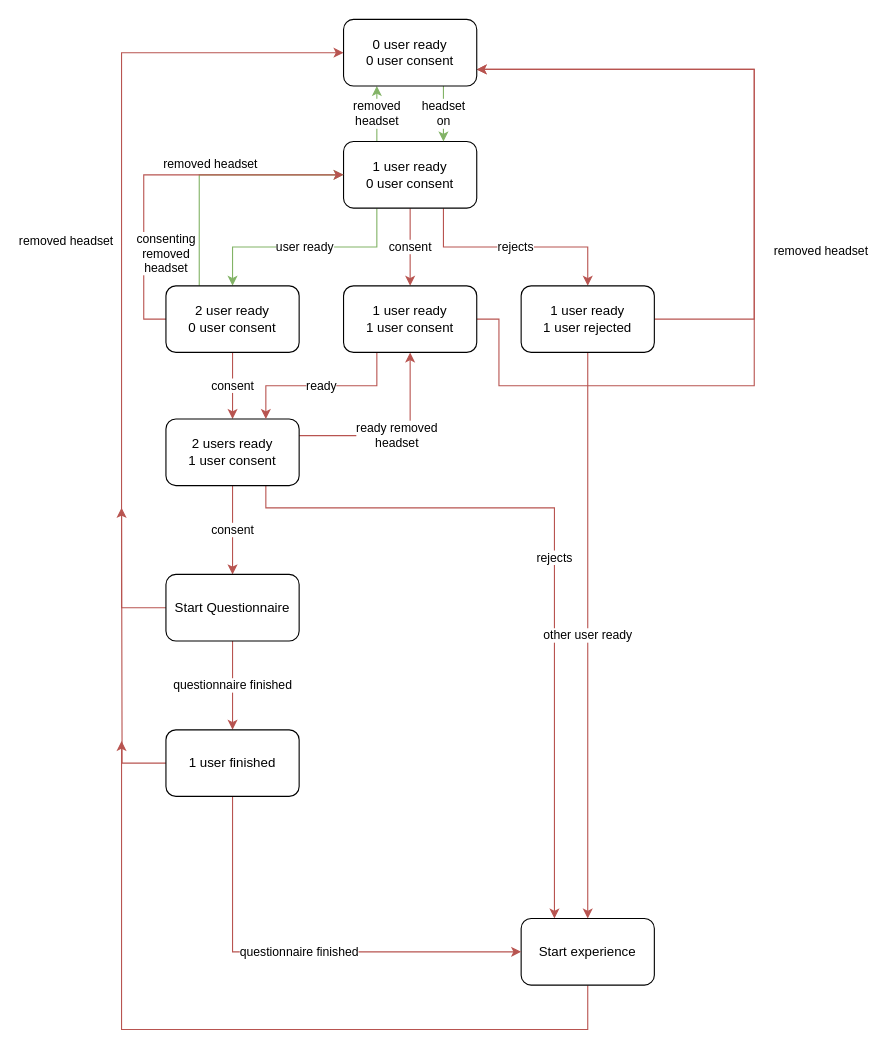
Earlier version of the draw.io diagram Docs/consent diagram.drawio (BeAnotherLab/The-Machine-to-be-Another-Unity). Source tidied: cells renumbered, new cells numbered last; positions are measured from the earlier drawing's top-left corner, leaving out a move shared by most shapes. Both pictures are drawn from the tidied source at 111%, with x=0, y=0 at pixel (121, 19).
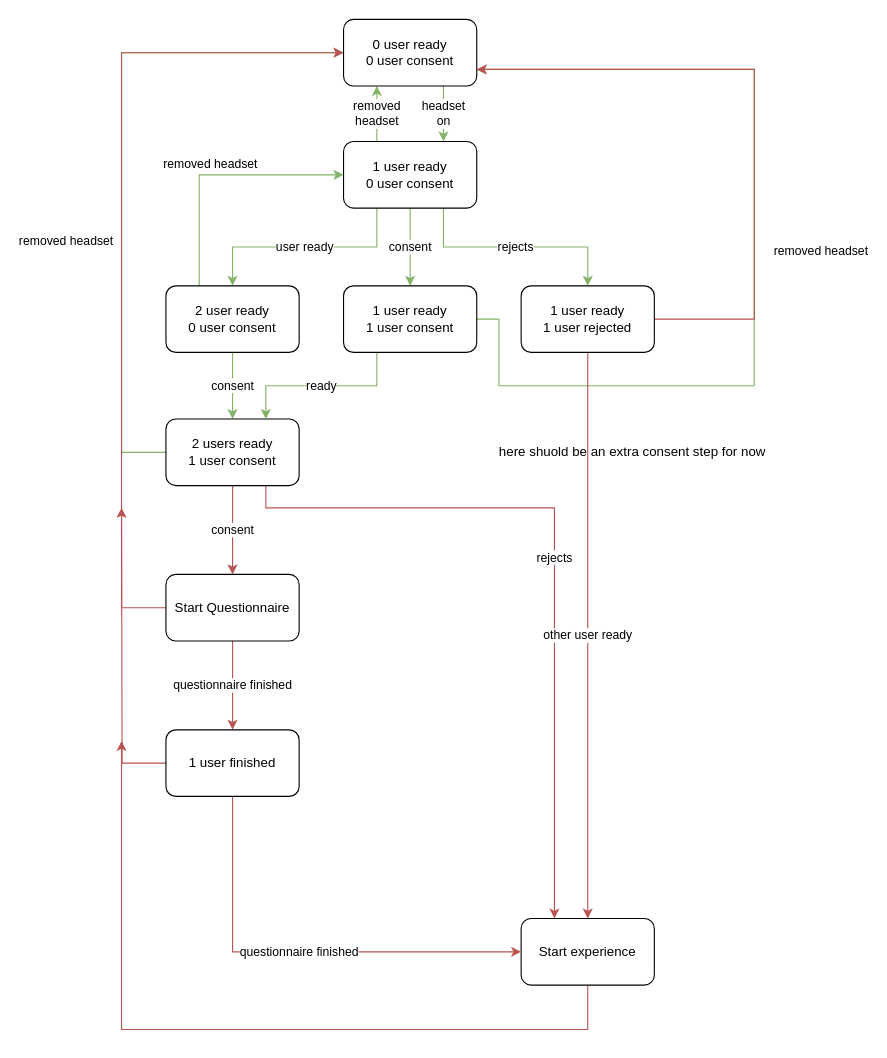
Above is the later version.

Commit message:
consent diagram

Unchanged cells that the change refers to:
```xml
<mxCell id="6" value="1 user ready&lt;br&gt;0 user consent" style="rounded=1;whiteSpace=wrap;html=1;" parent="1" vertex="1">
  <mxGeometry x="200" y="110" width="120" height="60" as="geometry" />
</mxCell>
<mxCell id="10" value="2 user ready&lt;br&gt;0 user consent" style="rounded=1;whiteSpace=wrap;html=1;" parent="1" vertex="1">
  <mxGeometry x="40" y="240" width="120" height="60" as="geometry" />
</mxCell>
<mxCell id="14" value="2 users ready&lt;br&gt;1 user consent" style="rounded=1;whiteSpace=wrap;html=1;" parent="1" vertex="1">
  <mxGeometry x="40" y="360" width="120" height="60" as="geometry" />
</mxCell>
<mxCell id="17" value="1 user ready&lt;br&gt;1 user consent" style="rounded=1;whiteSpace=wrap;html=1;" parent="1" vertex="1">
  <mxGeometry x="200" y="240" width="120" height="60" as="geometry" />
</mxCell>
<mxCell id="20" value="1 user ready&lt;br&gt;1 user rejected" style="rounded=1;whiteSpace=wrap;html=1;" parent="1" vertex="1">
  <mxGeometry x="360" y="240" width="120" height="60" as="geometry" />
</mxCell>
<mxCell id="30" value="0 user ready&lt;br&gt;0 user consent" style="rounded=1;whiteSpace=wrap;html=1;" parent="1" vertex="1">
  <mxGeometry x="200" width="120" height="60" as="geometry" />
</mxCell>
```

Diff of the diagram source:
```diff
@@
-    <mxCell id="3" value="consent" style="edgeStyle=orthogonalEdgeStyle;rounded=0;jettySize=auto;html=1;fillColor=#f8cecc;strokeColor=#b85450;" parent="1" edge="1" source="6" target="17">
+    <mxCell id="3" value="consent" style="edgeStyle=orthogonalEdgeStyle;rounded=0;jettySize=auto;html=1;fillColor=#d5e8d4;strokeColor=#82b366;" parent="1" edge="1" source="6" target="17">
       <mxGeometry relative="1" as="geometry" />
     </mxCell>
-    <mxCell id="4" value="rejects" style="edgeStyle=orthogonalEdgeStyle;rounded=0;jettySize=auto;html=1;exitX=0.75;exitY=1;exitDx=0;exitDy=0;entryX=0.5;entryY=0;entryDx=0;entryDy=0;fillColor=#f8cecc;strokeColor=#b85450;" parent="1" edge="1" source="6" target="20">
+    <mxCell id="4" value="rejects" style="edgeStyle=orthogonalEdgeStyle;rounded=0;jettySize=auto;html=1;exitX=0.75;exitY=1;exitDx=0;exitDy=0;entryX=0.5;entryY=0;entryDx=0;entryDy=0;fillColor=#d5e8d4;strokeColor=#82b366;" parent="1" edge="1" source="6" target="20">
       <mxGeometry relative="1" as="geometry" />
     </mxCell>
@@
-    <mxCell id="7" value="consent" style="edgeStyle=orthogonalEdgeStyle;rounded=0;jettySize=auto;html=1;fillColor=#f8cecc;strokeColor=#b85450;" parent="1" edge="1" source="10" target="14">
+    <mxCell id="7" value="consent" style="edgeStyle=orthogonalEdgeStyle;rounded=0;jettySize=auto;html=1;fillColor=#d5e8d4;strokeColor=#82b366;" parent="1" edge="1" source="10" target="14">
       <mxGeometry relative="1" as="geometry" />
     </mxCell>
@@
-    <mxCell id="9" value="consenting&lt;br&gt;removed&lt;br&gt;headset" style="edgeStyle=orthogonalEdgeStyle;rounded=0;jettySize=auto;html=1;exitX=0;exitY=0.5;exitDx=0;exitDy=0;entryX=0;entryY=0.5;entryDx=0;entryDy=0;fillColor=#f8cecc;strokeColor=#b85450;" parent="1" edge="1" source="10" target="6">
-      <mxGeometry x="-0.52" y="-20" relative="1" as="geometry" />
-    </mxCell>
@@
-    <mxCell id="13" value="ready removed&lt;br&gt;headset" style="edgeStyle=orthogonalEdgeStyle;rounded=0;jettySize=auto;html=1;exitX=1;exitY=0.25;exitDx=0;exitDy=0;entryX=0.5;entryY=1;entryDx=0;entryDy=0;fillColor=#f8cecc;strokeColor=#b85450;" parent="1" edge="1" source="14" target="17">
-      <mxGeometry relative="1" as="geometry" />
-    </mxCell>
+    <mxCell id="31" style="edgeStyle=orthogonalEdgeStyle;rounded=0;jettySize=auto;html=1;exitX=0;exitY=0.5;exitDx=0;exitDy=0;entryX=0;entryY=0.5;entryDx=0;entryDy=0;fillColor=#d5e8d4;strokeColor=#82b366;" parent="1" edge="1" source="14" target="30">
+      <mxGeometry x="-0.97" y="50" relative="1" as="geometry">
+        <Array as="points">
+          <mxPoint y="390" />
+          <mxPoint y="30" />
+        </Array>
+      </mxGeometry>
+    </mxCell>
@@
-    <mxCell id="15" value="ready" style="edgeStyle=orthogonalEdgeStyle;rounded=0;jettySize=auto;html=1;exitX=0.25;exitY=1;exitDx=0;exitDy=0;entryX=0.75;entryY=0;entryDx=0;entryDy=0;fillColor=#f8cecc;strokeColor=#b85450;" parent="1" edge="1" source="17" target="14">
+    <mxCell id="15" value="ready" style="edgeStyle=orthogonalEdgeStyle;rounded=0;jettySize=auto;html=1;exitX=0.25;exitY=1;exitDx=0;exitDy=0;entryX=0.75;entryY=0;entryDx=0;entryDy=0;fillColor=#d5e8d4;strokeColor=#82b366;" parent="1" edge="1" source="17" target="14">
       <mxGeometry relative="1" as="geometry" />
     </mxCell>
-    <mxCell id="16" value="removed headset" style="edgeStyle=orthogonalEdgeStyle;rounded=0;jettySize=auto;html=1;exitX=1;exitY=0.5;exitDx=0;exitDy=0;entryX=1;entryY=0.75;entryDx=0;entryDy=0;fillColor=#f8cecc;strokeColor=#b85450;" parent="1" edge="1" source="17" target="30">
+    <mxCell id="16" value="removed headset" style="edgeStyle=orthogonalEdgeStyle;rounded=0;jettySize=auto;html=1;exitX=1;exitY=0.5;exitDx=0;exitDy=0;entryX=1;entryY=0.75;entryDx=0;entryDy=0;fillColor=#d5e8d4;strokeColor=#82b366;" parent="1" edge="1" source="17" target="30">
       <mxGeometry x="0.02" y="-60" relative="1" as="geometry">
         <Array as="points">
           <mxPoint x="340" y="270" />
           <mxPoint x="340" y="330" />
           <mxPoint x="570" y="330" />
           <mxPoint x="570" y="45" />
         </Array>
       </mxGeometry>
     </mxCell>
@@
+    <mxCell id="32" value="here shuold be an extra consent step for now" style="text;html=1;align=center;verticalAlign=middle;strokeColor=none;fillColor=none;" parent="1" vertex="1">
+      <mxGeometry x="330" y="380" width="260" height="20" as="geometry" />
+    </mxCell>
```
